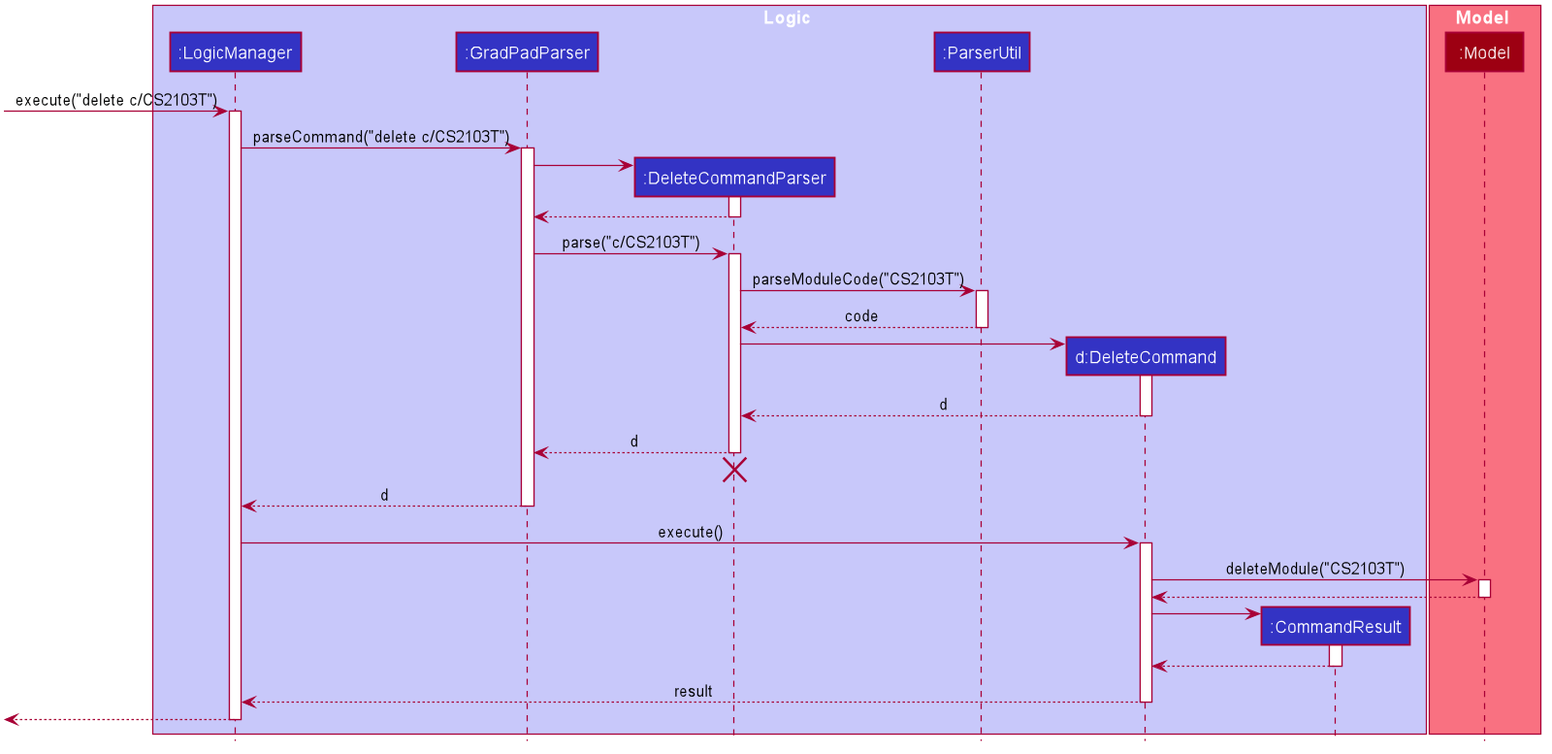
Before: docs/images/DeleteSequenceDiagram.png, a diagram exported from PlantUML (yan-soon/tp).
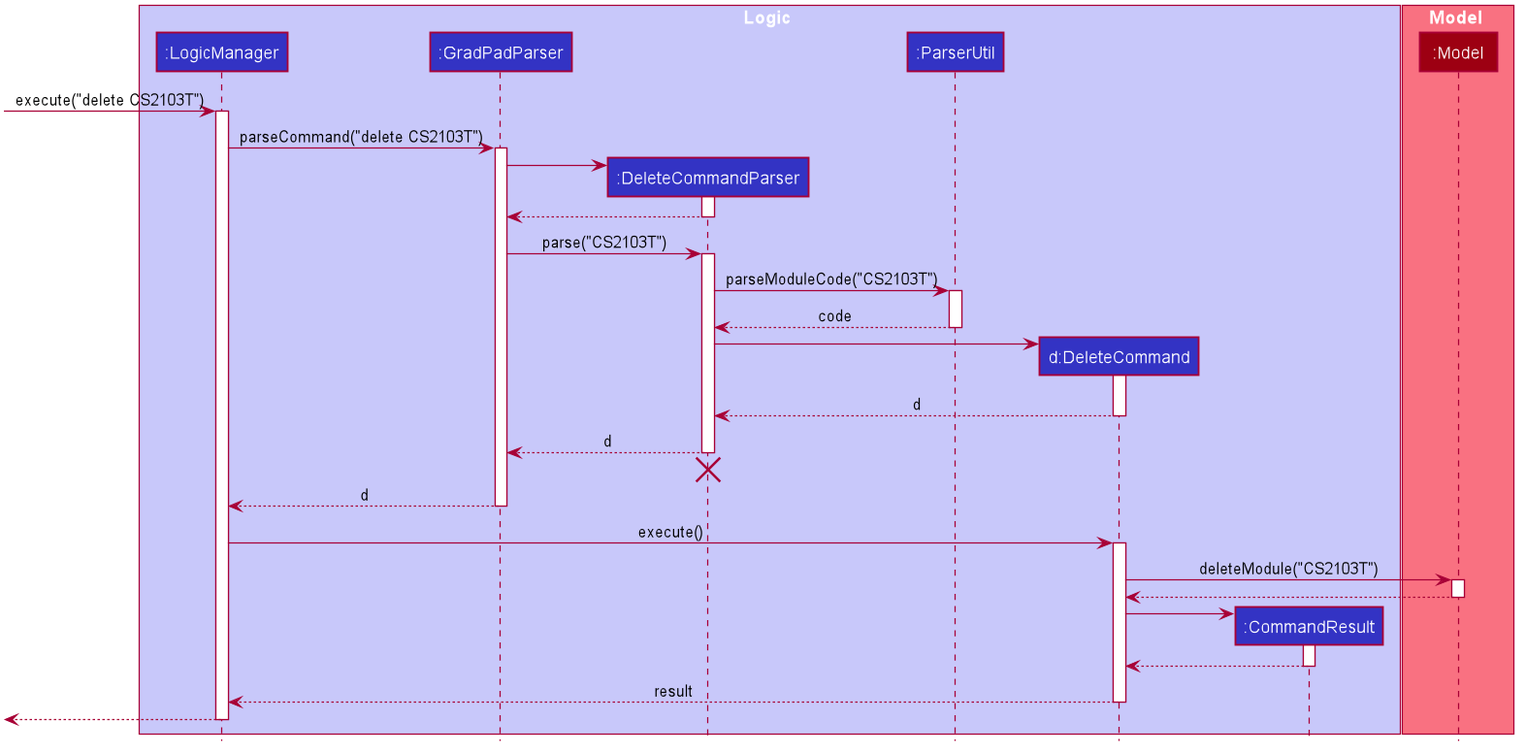
Above is the later version.

What changed in the source:
```diff
@@ -1,4 +1,5 @@
 @startuml
+
 
 
 
@@ -61,10 +62,10 @@
 participant ":Model" as Model #9D0012
 end box
 
-[-> LogicManager : execute("delete c/CS2103T")
+[-> LogicManager : execute("delete CS2103T")
 activate LogicManager
 
-LogicManager -> GradPadParser : parseCommand("delete c/CS2103T")
+LogicManager -> GradPadParser : parseCommand("delete CS2103T")
 activate GradPadParser
 
 create DeleteCommandParser
@@ -74,7 +75,7 @@
 DeleteCommandParser --> GradPadParser
 deactivate DeleteCommandParser
 
-GradPadParser -> DeleteCommandParser : parse("c/CS2103T")
+GradPadParser -> DeleteCommandParser : parse("CS2103T")
 activate DeleteCommandParser
 
 DeleteCommandParser -> ParserUtil : parseModuleCode("CS2103T")
```
